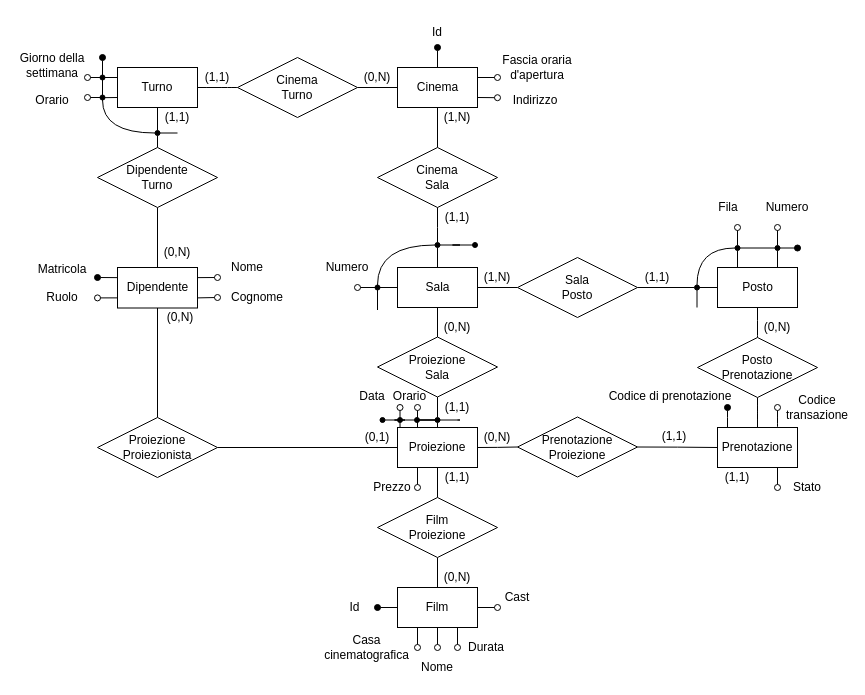
Before: docs/media/er_diagrams/er-diagram_restructured.drawio in buracchi/cinema-management-system, a draw.io diagram. Source tidied: cells renumbered, new cells numbered last; positions are measured from the earlier drawing's top-left corner, leaving out a move shared by most shapes. Both pictures are drawn from the tidied source at 100%, with x=0, y=0 at pixel (17, 17).
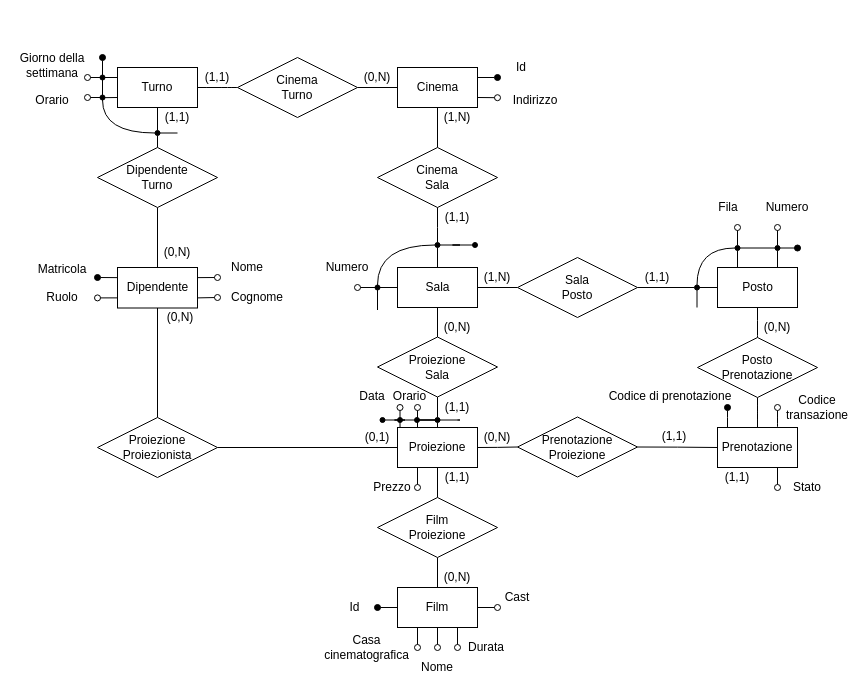
The same diagram, later.

The change refers to these unchanged cells:
```xml
<mxCell id="6" value="Cinema" style="html=1;sketch=0;" parent="1" vertex="1">
  <mxGeometry x="380" y="50" width="80" height="40" as="geometry" />
</mxCell>
```

Change to the diagram source:
```diff
@@
-    <mxCell id="3" style="edgeStyle=orthogonalEdgeStyle;jettySize=auto;html=1;endArrow=oval;endFill=0;sketch=0;rounded=0;exitX=1;exitY=0.25;exitDx=0;exitDy=0;" parent="1" edge="1" source="6">
+    <mxCell id="3" style="edgeStyle=orthogonalEdgeStyle;jettySize=auto;html=1;endArrow=oval;endFill=1;sketch=0;rounded=0;exitX=1;exitY=0.25;exitDx=0;exitDy=0;" parent="1" edge="1" source="6">
       <mxGeometry relative="1" as="geometry">
         <mxPoint x="480" y="60" as="targetPoint" />
       </mxGeometry>
     </mxCell>
-    <mxCell id="4" style="edgeStyle=none;rounded=0;jettySize=auto;html=1;endArrow=oval;endFill=1;strokeColor=#000000;fillColor=#FFFFFF;" parent="1" edge="1" source="6">
-      <mxGeometry relative="1" as="geometry">
-        <mxPoint x="420" y="30" as="targetPoint" />
-      </mxGeometry>
-    </mxCell>
@@
-    <mxCell id="17" value="Fascia oraria d'apertura" style="text;html=1;strokeColor=none;fillColor=none;align=center;verticalAlign=middle;whiteSpace=wrap;sketch=0;" parent="1" vertex="1">
-      <mxGeometry x="480" y="40" width="80" height="20" as="geometry" />
+    <mxCell id="17" value="Id" style="text;html=1;strokeColor=none;fillColor=none;align=center;verticalAlign=middle;whiteSpace=wrap;sketch=0;" parent="1" vertex="1">
+      <mxGeometry x="488.8" y="40" width="30" height="20" as="geometry" />
     </mxCell>
@@
-    <mxCell id="110" value="Id" style="text;html=1;strokeColor=none;fillColor=none;align=center;verticalAlign=middle;whiteSpace=wrap;rounded=0;" parent="1" vertex="1">
-      <mxGeometry x="410" width="20" height="30" as="geometry" />
-    </mxCell>
```
